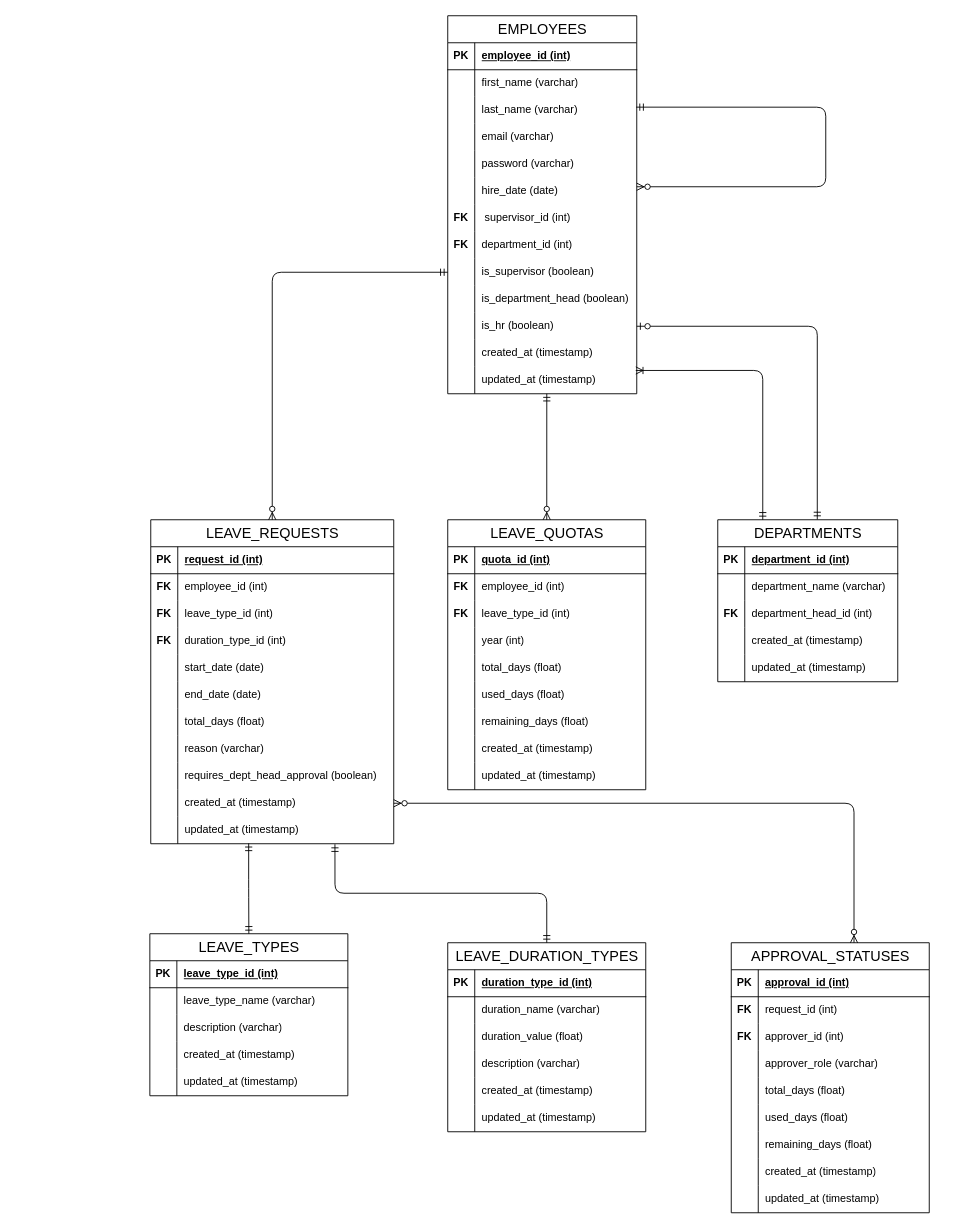
Before: diagrams/draw.io/er-diagram.drawio in TezukaStar/employee-leave-management-system, a draw.io diagram. Source tidied: cells renumbered, new cells numbered last; positions are measured from the earlier drawing's top-left corner, leaving out a move shared by most shapes. Both pictures are drawn from the tidied source at 90%, with x=0, y=0 at pixel (149, 15).
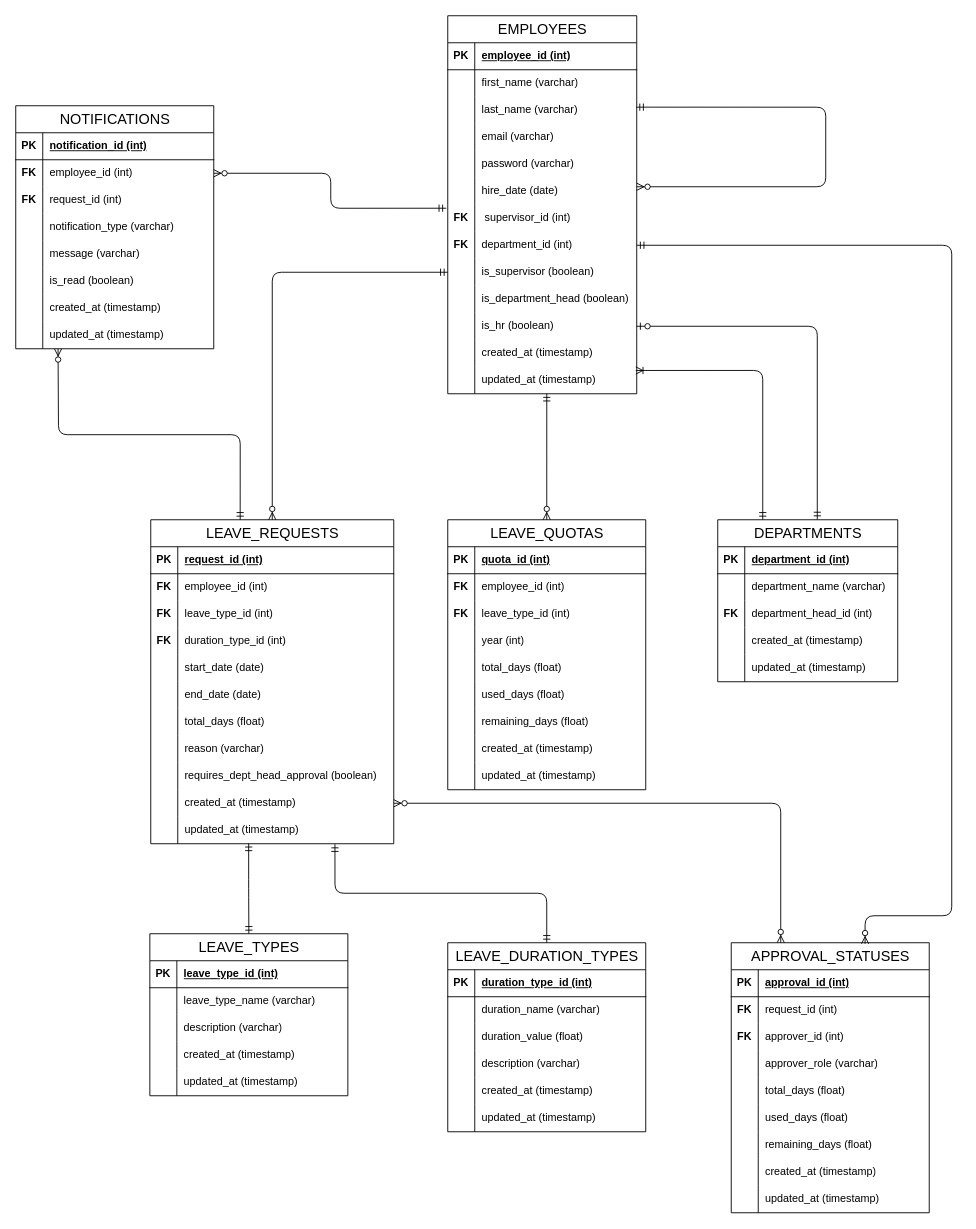
The same diagram, later.

The change refers to these unchanged cells:
```xml
<mxCell id="21" style="shape=tableRow;horizontal=0;startSize=0;swimlaneHead=0;swimlaneBody=0;fillColor=none;points=[[0,0.5],[1,0.5]];portConstraint=eastwest;top=0;left=0;right=0;bottom=0;" parent="2" vertex="1">
  <mxGeometry y="210" width="210" height="30" as="geometry" />
</mxCell>
<mxCell id="24" style="shape=tableRow;horizontal=0;startSize=0;swimlaneHead=0;swimlaneBody=0;fillColor=none;points=[[0,0.5],[1,0.5]];portConstraint=eastwest;top=0;left=0;right=0;bottom=0;" parent="2" vertex="1">
  <mxGeometry y="240" width="210" height="30" as="geometry" />
</mxCell>
<mxCell id="122" value="&lt;span style=&quot;color: rgb(0, 0, 0); font-size: 16px; font-weight: 400;&quot;&gt;LEAVE_REQUESTS&lt;/span&gt;" style="shape=table;startSize=30;childLayout=tableLayout;rowLines=0;fontStyle=1;align=center;html=1;" parent="1" vertex="1">
  <mxGeometry x="1" y="560" width="270" height="360" as="geometry" />
</mxCell>
<mxCell id="150" style="shape=tableRow;horizontal=0;startSize=0;swimlaneHead=0;swimlaneBody=0;fillColor=none;points=[[0,0.5],[1,0.5]];portConstraint=eastwest;top=0;left=0;right=0;bottom=0;" parent="122" vertex="1">
  <mxGeometry y="300" width="270" height="30" as="geometry" />
</mxCell>
<mxCell id="156" value="&lt;span style=&quot;color: rgb(0, 0, 0); font-size: 16px; font-weight: 400;&quot;&gt;APPROVAL_STATUSES&lt;/span&gt;" style="shape=table;startSize=30;childLayout=tableLayout;rowLines=0;fontStyle=1;align=center;html=1;" parent="1" vertex="1">
  <mxGeometry x="646" y="1030" width="220" height="300" as="geometry" />
</mxCell>
```

What changed in the source:
```diff
@@
-    <mxCell id="184" style="edgeStyle=orthogonalEdgeStyle;fontSize=12;html=1;endArrow=ERzeroToMany;endFill=1;startArrow=ERzeroToMany;entryX=1;entryY=0.5;entryDx=0;entryDy=0;exitX=0.62;exitY=0;exitDx=0;exitDy=0;exitPerimeter=0;" parent="1" edge="1" source="156" target="150">
+    <mxCell id="184" style="edgeStyle=orthogonalEdgeStyle;fontSize=12;html=1;endArrow=ERzeroToMany;endFill=1;startArrow=ERzeroToMany;entryX=1;entryY=0.5;entryDx=0;entryDy=0;exitX=0.25;exitY=0;exitDx=0;exitDy=0;" parent="1" edge="1" source="156" target="150">
       <mxGeometry relative="1" as="geometry" />
     </mxCell>
@@
+    <mxCell id="191" value="&lt;span style=&quot;font-size: 16px; font-weight: 400;&quot;&gt;NOTIFICATIONS&lt;/span&gt;" style="shape=table;startSize=30;childLayout=tableLayout;rowLines=0;fontStyle=1;align=center;html=1;" parent="1" vertex="1">
+      <mxGeometry x="-149" y="100" width="220" height="270" as="geometry" />
+    </mxCell>
+    <mxCell id="192" style="shape=tableRow;horizontal=0;startSize=0;swimlaneHead=0;swimlaneBody=0;fillColor=none;top=0;left=0;right=0;bottom=1;" parent="191" vertex="1">
+      <mxGeometry y="30" width="220" height="30" as="geometry" />
+    </mxCell>
+    <mxCell id="193" value="PK" style="shape=partialRectangle;fillColor=none;top=0;left=0;bottom=0;right=0;fontStyle=1;overflow=hidden;whiteSpace=wrap;html=1;" parent="192" vertex="1">
+      <mxGeometry width="30" height="30" as="geometry" />
+    </mxCell>
+    <mxCell id="194" value="notification_id (int)" style="shape=partialRectangle;fillColor=none;top=0;left=0;bottom=0;right=0;align=left;spacingLeft=6;fontStyle=5;overflow=hidden;whiteSpace=wrap;html=1;" parent="192" vertex="1">
+      <mxGeometry x="30" width="190" height="30" as="geometry" />
+    </mxCell>
+    <mxCell id="195" style="shape=tableRow;horizontal=0;startSize=0;swimlaneHead=0;swimlaneBody=0;fillColor=none;points=[[0,0.5],[1,0.5]];portConstraint=eastwest;top=0;left=0;right=0;bottom=0;" parent="191" vertex="1">
+      <mxGeometry y="60" width="220" height="30" as="geometry" />
+    </mxCell>
+    <mxCell id="196" value="&lt;b&gt;FK&lt;/b&gt;" style="shape=partialRectangle;fillColor=none;top=0;left=0;bottom=0;right=0;overflow=hidden;whiteSpace=wrap;html=1;" parent="195" vertex="1">
+      <mxGeometry width="30" height="30" as="geometry" />
+    </mxCell>
+    <mxCell id="197" value="employee_id (int)" style="shape=partialRectangle;fillColor=none;top=0;left=0;bottom=0;right=0;align=left;spacingLeft=6;overflow=hidden;whiteSpace=wrap;html=1;" parent="195" vertex="1">
+      <mxGeometry x="30" width="190" height="30" as="geometry" />
+    </mxCell>
+    <mxCell id="198" style="shape=tableRow;horizontal=0;startSize=0;swimlaneHead=0;swimlaneBody=0;fillColor=none;top=0;left=0;right=0;bottom=0;" parent="191" vertex="1">
+      <mxGeometry y="90" width="220" height="30" as="geometry" />
+    </mxCell>
+    <mxCell id="199" value="&lt;b&gt;FK&lt;/b&gt;" style="shape=partialRectangle;fillColor=none;top=0;left=0;bottom=0;right=0;overflow=hidden;whiteSpace=wrap;html=1;" parent="198" vertex="1">
+      <mxGeometry width="30" height="30" as="geometry" />
+    </mxCell>
+    <mxCell id="200" value="request_id (int)" style="shape=partialRectangle;fillColor=none;top=0;left=0;bottom=0;right=0;align=left;spacingLeft=6;overflow=hidden;whiteSpace=wrap;html=1;" parent="198" vertex="1">
+      <mxGeometry x="30" width="190" height="30" as="geometry" />
+    </mxCell>
+    <mxCell id="201" style="shape=tableRow;horizontal=0;startSize=0;swimlaneHead=0;swimlaneBody=0;fillColor=none;top=0;left=0;right=0;bottom=0;" parent="191" vertex="1">
+      <mxGeometry y="120" width="220" height="30" as="geometry" />
+    </mxCell>
+    <mxCell id="202" style="shape=partialRectangle;fillColor=none;top=0;left=0;bottom=0;right=0;overflow=hidden;whiteSpace=wrap;html=1;" parent="201" vertex="1">
+      <mxGeometry width="30" height="30" as="geometry" />
+    </mxCell>
+    <mxCell id="203" value="notification_type (varchar)" style="shape=partialRectangle;fillColor=none;top=0;left=0;bottom=0;right=0;align=left;spacingLeft=6;overflow=hidden;whiteSpace=wrap;html=1;" parent="201" vertex="1">
+      <mxGeometry x="30" width="190" height="30" as="geometry" />
+    </mxCell>
+    <mxCell id="204" style="shape=tableRow;horizontal=0;startSize=0;swimlaneHead=0;swimlaneBody=0;fillColor=none;top=0;left=0;right=0;bottom=0;" parent="191" vertex="1">
+      <mxGeometry y="150" width="220" height="30" as="geometry" />
+    </mxCell>
+    <mxCell id="205" style="shape=partialRectangle;fillColor=none;top=0;left=0;bottom=0;right=0;overflow=hidden;whiteSpace=wrap;html=1;" parent="204" vertex="1">
+      <mxGeometry width="30" height="30" as="geometry" />
+    </mxCell>
+    <mxCell id="206" value="message (varchar)" style="shape=partialRectangle;fillColor=none;top=0;left=0;bottom=0;right=0;align=left;spacingLeft=6;overflow=hidden;whiteSpace=wrap;html=1;" parent="204" vertex="1">
+      <mxGeometry x="30" width="190" height="30" as="geometry" />
+    </mxCell>
+    <mxCell id="207" style="shape=tableRow;horizontal=0;startSize=0;swimlaneHead=0;swimlaneBody=0;fillColor=none;top=0;left=0;right=0;bottom=0;" parent="191" vertex="1">
+      <mxGeometry y="180" width="220" height="30" as="geometry" />
+    </mxCell>
+    <mxCell id="208" style="shape=partialRectangle;fillColor=none;top=0;left=0;bottom=0;right=0;overflow=hidden;whiteSpace=wrap;html=1;" parent="207" vertex="1">
+      <mxGeometry width="30" height="30" as="geometry" />
+    </mxCell>
+    <mxCell id="209" value="is_read (boolean)" style="shape=partialRectangle;fillColor=none;top=0;left=0;bottom=0;right=0;align=left;spacingLeft=6;overflow=hidden;whiteSpace=wrap;html=1;" parent="207" vertex="1">
+      <mxGeometry x="30" width="190" height="30" as="geometry" />
+    </mxCell>
+    <mxCell id="210" style="shape=tableRow;horizontal=0;startSize=0;swimlaneHead=0;swimlaneBody=0;fillColor=none;top=0;left=0;right=0;bottom=0;" parent="191" vertex="1">
+      <mxGeometry y="210" width="220" height="30" as="geometry" />
+    </mxCell>
+    <mxCell id="211" style="shape=partialRectangle;fillColor=none;top=0;left=0;bottom=0;right=0;overflow=hidden;whiteSpace=wrap;html=1;" parent="210" vertex="1">
+      <mxGeometry width="30" height="30" as="geometry" />
+    </mxCell>
+    <mxCell id="212" value="&lt;span style=&quot;color: rgb(0, 0, 0);&quot;&gt;created_at (timestamp)&lt;/span&gt;" style="shape=partialRectangle;fillColor=none;top=0;left=0;bottom=0;right=0;align=left;spacingLeft=6;overflow=hidden;whiteSpace=wrap;html=1;" parent="210" vertex="1">
+      <mxGeometry x="30" width="190" height="30" as="geometry" />
+    </mxCell>
+    <mxCell id="213" style="shape=tableRow;horizontal=0;startSize=0;swimlaneHead=0;swimlaneBody=0;fillColor=none;top=0;left=0;right=0;bottom=0;" parent="191" vertex="1">
+      <mxGeometry y="240" width="220" height="30" as="geometry" />
+    </mxCell>
+    <mxCell id="214" style="shape=partialRectangle;fillColor=none;top=0;left=0;bottom=0;right=0;overflow=hidden;whiteSpace=wrap;html=1;" parent="213" vertex="1">
+      <mxGeometry width="30" height="30" as="geometry" />
+    </mxCell>
+    <mxCell id="215" value="&lt;span style=&quot;color: rgb(0, 0, 0);&quot;&gt;updated_at (timestamp)&lt;/span&gt;" style="shape=partialRectangle;fillColor=none;top=0;left=0;bottom=0;right=0;align=left;spacingLeft=6;overflow=hidden;whiteSpace=wrap;html=1;" parent="213" vertex="1">
+      <mxGeometry x="30" width="190" height="30" as="geometry" />
+    </mxCell>
+    <mxCell id="216" style="edgeStyle=orthogonalEdgeStyle;fontSize=12;html=1;endArrow=ERzeroToMany;startArrow=ERmandOne;entryX=1;entryY=0.5;entryDx=0;entryDy=0;exitX=-0.008;exitY=0.129;exitDx=0;exitDy=0;exitPerimeter=0;" parent="1" edge="1" source="21" target="195">
+      <mxGeometry relative="1" as="geometry" />
+    </mxCell>
+    <mxCell id="217" style="edgeStyle=orthogonalEdgeStyle;fontSize=12;html=1;endArrow=ERzeroToMany;startArrow=ERmandOne;exitX=0.368;exitY=0;exitDx=0;exitDy=0;exitPerimeter=0;" parent="1" edge="1" source="122">
+      <mxGeometry relative="1" as="geometry">
+        <mxPoint x="-102" y="370" as="targetPoint" />
+      </mxGeometry>
+    </mxCell>
+    <mxCell id="218" style="edgeStyle=orthogonalEdgeStyle;fontSize=12;html=1;endArrow=ERzeroToMany;startArrow=ERmandOne;exitX=1;exitY=0.5;exitDx=0;exitDy=0;entryX=0.676;entryY=0.004;entryDx=0;entryDy=0;entryPerimeter=0;" parent="1" edge="1" source="24" target="156">
+      <mxGeometry relative="1" as="geometry">
+        <Array as="points">
+          <mxPoint x="891" y="255" />
+          <mxPoint x="891" y="1000" />
+          <mxPoint x="795" y="1000" />
+        </Array>
+      </mxGeometry>
+    </mxCell>
```
